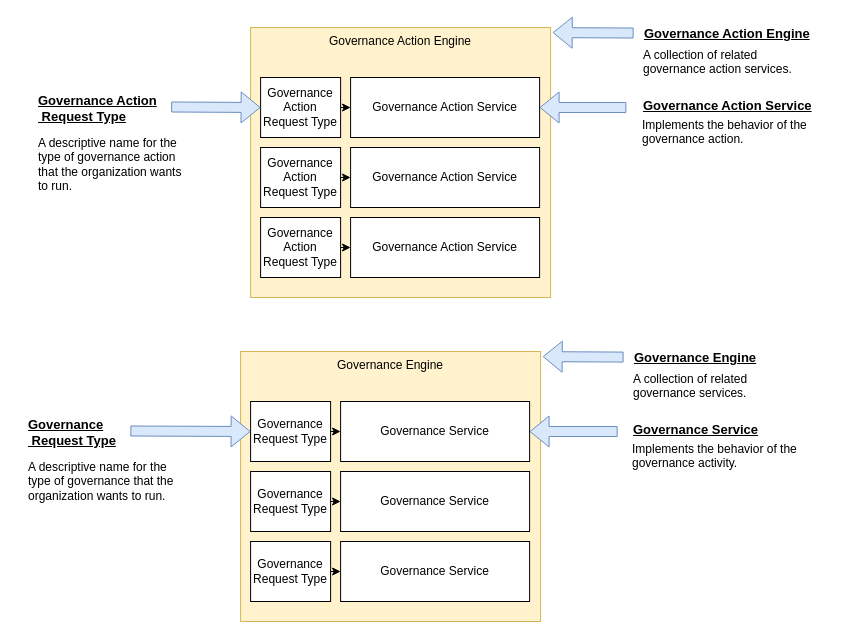
Before: page "request-type" (1 of 5) of site/docs/concepts/governance-engines.drawio in odpi/egeria-docs, a draw.io diagram. Source tidied: cells renumbered, new cells numbered last; positions are measured from the earlier drawing's top-left corner, leaving out a move shared by most shapes. Both pictures are drawn from the tidied source at 100%, with x=0, y=0 at pixel (17, 23).
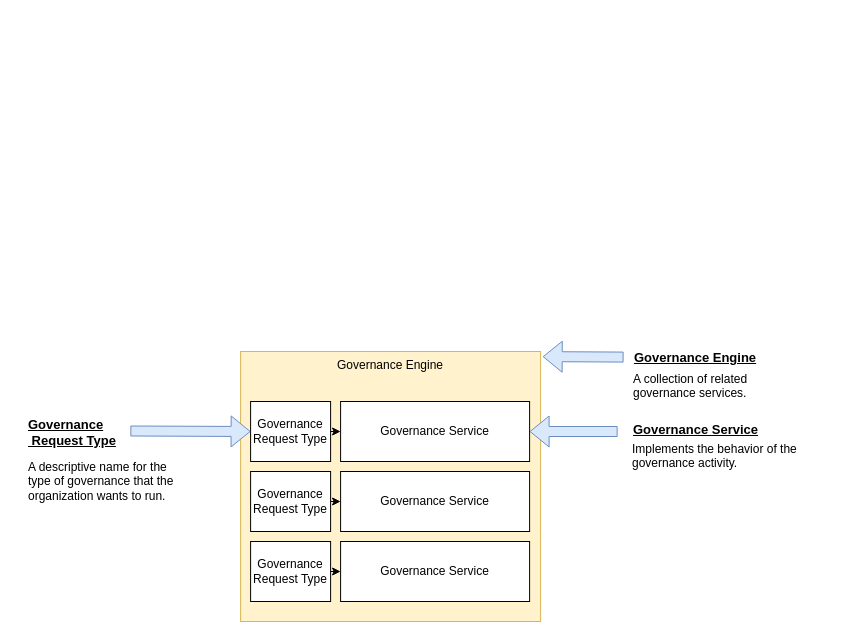
After the change.

What changed in the source:
```diff
@@
-    <mxCell id="2" value="Governance Action Engine" style="rounded=0;whiteSpace=wrap;html=1;verticalAlign=top;fillColor=#fff2cc;strokeColor=#d6b656;" parent="1" vertex="1">
-      <mxGeometry x="233.1" y="4" width="300" height="270" as="geometry" />
-    </mxCell>
-    <mxCell id="3" value="Governance Action Service" style="rounded=0;whiteSpace=wrap;html=1;" parent="1" vertex="1">
-      <mxGeometry x="333.1" y="54" width="189" height="60" as="geometry" />
-    </mxCell>
-    <mxCell id="4" value="A collection of related&lt;br&gt;governance action services." style="text;html=1;align=left;verticalAlign=top;spacingTop=0;spacingLeft=9;" parent="1" vertex="1">
-      <mxGeometry x="615.1" y="18" width="170" height="30" as="geometry" />
-    </mxCell>
-    <mxCell id="5" value="Implements the behavior of the&lt;br&gt;governance action.&amp;nbsp;" style="text;html=1;align=left;verticalAlign=top;spacingTop=0;spacingLeft=9;" parent="1" vertex="1">
-      <mxGeometry x="614.1" y="88" width="190" height="30" as="geometry" />
-    </mxCell>
-    <mxCell id="6" style="shape=flexArrow;endArrow=classic;html=1;fillColor=#dae8fc;fontSize=13;strokeColor=#6c8ebf;entryX=1.007;entryY=0.019;entryDx=0;entryDy=0;entryPerimeter=0;" parent="1" edge="1" source="8" target="2">
-      <mxGeometry relative="1" as="geometry" />
-    </mxCell>
-    <mxCell id="7" style="shape=flexArrow;endArrow=classic;html=1;fillColor=#dae8fc;fontSize=13;entryX=1;entryY=0.5;entryDx=0;entryDy=0;exitX=-0.033;exitY=0.6;exitDx=0;exitDy=0;exitPerimeter=0;strokeColor=#6c8ebf;" parent="1" edge="1" source="9" target="3">
-      <mxGeometry relative="1" as="geometry" />
-    </mxCell>
-    <mxCell id="8" value="Governance Action Engine" style="text;html=1;points=[];align=left;verticalAlign=top;spacingTop=-4;fontSize=13;fontStyle=5;spacingLeft=9;" parent="1" vertex="1">
-      <mxGeometry x="616.1" width="190" height="20" as="geometry" />
-    </mxCell>
-    <mxCell id="9" value="Governance Action Service" style="text;html=1;points=[];align=left;verticalAlign=top;spacingTop=-4;fontSize=13;fontStyle=5;spacingLeft=9;" parent="1" vertex="1">
-      <mxGeometry x="615.1" y="72" width="190" height="20" as="geometry" />
-    </mxCell>
-    <mxCell id="10" style="edgeStyle=orthogonalEdgeStyle;rounded=0;jettySize=auto;html=1;exitX=1;exitY=0.5;exitDx=0;exitDy=0;entryX=0;entryY=0.5;entryDx=0;entryDy=0;startArrow=none;startFill=0;endArrow=classic;endFill=1;fontColor=#000000;" parent="1" edge="1" source="11" target="3">
-      <mxGeometry relative="1" as="geometry" />
-    </mxCell>
-    <mxCell id="11" value="Governance&lt;br&gt;Action&lt;br&gt;Request Type" style="rounded=0;whiteSpace=wrap;html=1;align=center;" parent="1" vertex="1">
-      <mxGeometry x="243.1" y="54" width="80" height="60" as="geometry" />
-    </mxCell>
-    <mxCell id="12" value="A descriptive name for the&lt;br&gt;type of governance action&lt;br&gt;that the organization wants&lt;br&gt;to run." style="text;html=1;align=left;verticalAlign=top;spacingTop=0;spacingLeft=9;" parent="1" vertex="1">
-      <mxGeometry x="10" y="106" width="170" height="60" as="geometry" />
-    </mxCell>
-    <mxCell id="13" style="shape=flexArrow;endArrow=classic;html=1;fillColor=#dae8fc;fontSize=13;strokeColor=#6c8ebf;exitX=1.026;exitY=0.55;exitDx=0;exitDy=0;exitPerimeter=0;entryX=0;entryY=0.5;entryDx=0;entryDy=0;" parent="1" edge="1" source="14" target="11">
-      <mxGeometry relative="1" as="geometry" />
-    </mxCell>
-    <mxCell id="14" value="Governance Action&lt;br&gt;&amp;nbsp;Request Type" style="text;html=1;points=[];align=left;verticalAlign=top;spacingTop=-4;fontSize=13;fontStyle=5;spacingLeft=9;" parent="1" vertex="1">
-      <mxGeometry x="10" y="67" width="140" height="30" as="geometry" />
-    </mxCell>
-    <mxCell id="15" value="Governance Action Service" style="rounded=0;whiteSpace=wrap;html=1;" parent="1" vertex="1">
-      <mxGeometry x="333.1" y="124" width="189" height="60" as="geometry" />
-    </mxCell>
-    <mxCell id="16" style="edgeStyle=orthogonalEdgeStyle;rounded=0;jettySize=auto;html=1;exitX=1;exitY=0.5;exitDx=0;exitDy=0;entryX=0;entryY=0.5;entryDx=0;entryDy=0;startArrow=none;startFill=0;endArrow=classic;endFill=1;fontColor=#000000;" parent="1" edge="1" source="17" target="15">
-      <mxGeometry relative="1" as="geometry" />
-    </mxCell>
-    <mxCell id="17" value="Governance&lt;br&gt;Action&lt;br&gt;Request Type" style="rounded=0;whiteSpace=wrap;html=1;align=center;" parent="1" vertex="1">
-      <mxGeometry x="243.1" y="124" width="80" height="60" as="geometry" />
-    </mxCell>
-    <mxCell id="18" value="Governance Action Service" style="rounded=0;whiteSpace=wrap;html=1;" parent="1" vertex="1">
-      <mxGeometry x="333.1" y="194" width="189" height="60" as="geometry" />
-    </mxCell>
-    <mxCell id="19" style="edgeStyle=orthogonalEdgeStyle;rounded=0;jettySize=auto;html=1;exitX=1;exitY=0.5;exitDx=0;exitDy=0;entryX=0;entryY=0.5;entryDx=0;entryDy=0;startArrow=none;startFill=0;endArrow=classic;endFill=1;fontColor=#000000;" parent="1" edge="1" source="20" target="18">
-      <mxGeometry relative="1" as="geometry" />
-    </mxCell>
-    <mxCell id="20" value="Governance&lt;br&gt;Action&lt;br&gt;Request Type" style="rounded=0;whiteSpace=wrap;html=1;align=center;" parent="1" vertex="1">
-      <mxGeometry x="243.1" y="194" width="80" height="60" as="geometry" />
-    </mxCell>
```
